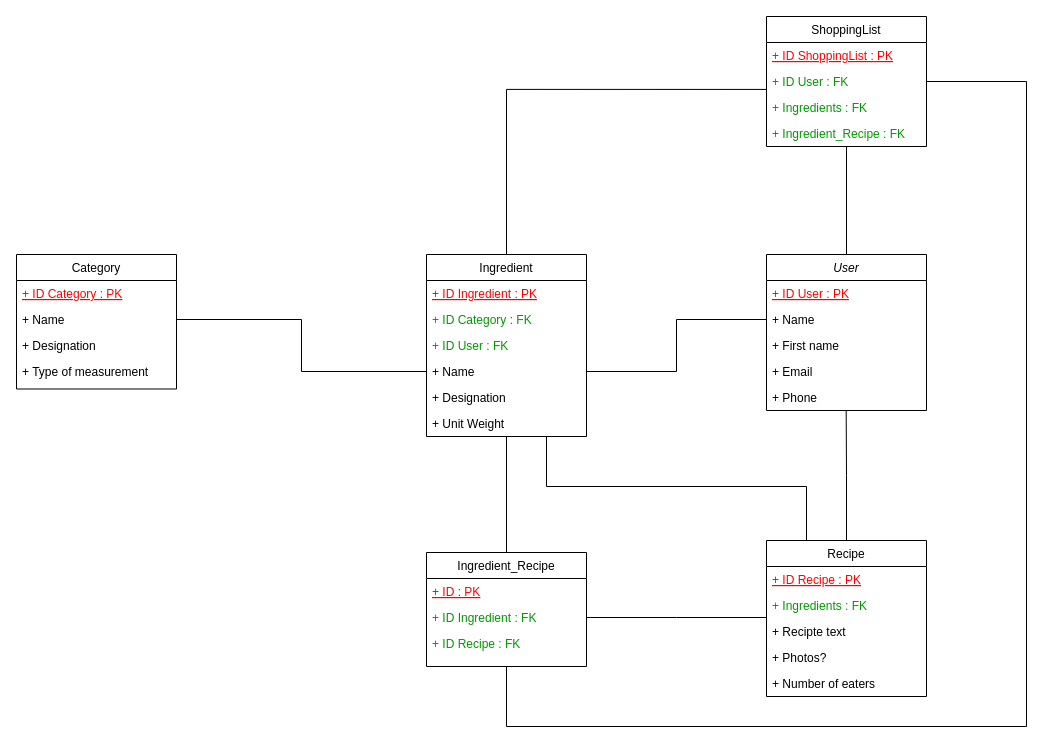
Above: corlis_MLD.drawio in xForainx/corlis (draw.io), before the change. Source tidied: cells renumbered, new cells numbered last; positions are measured from the earlier drawing's top-left corner, leaving out a move shared by most shapes. Both pictures are drawn from the tidied source at 100%, with x=0, y=0 at pixel (16, 16).
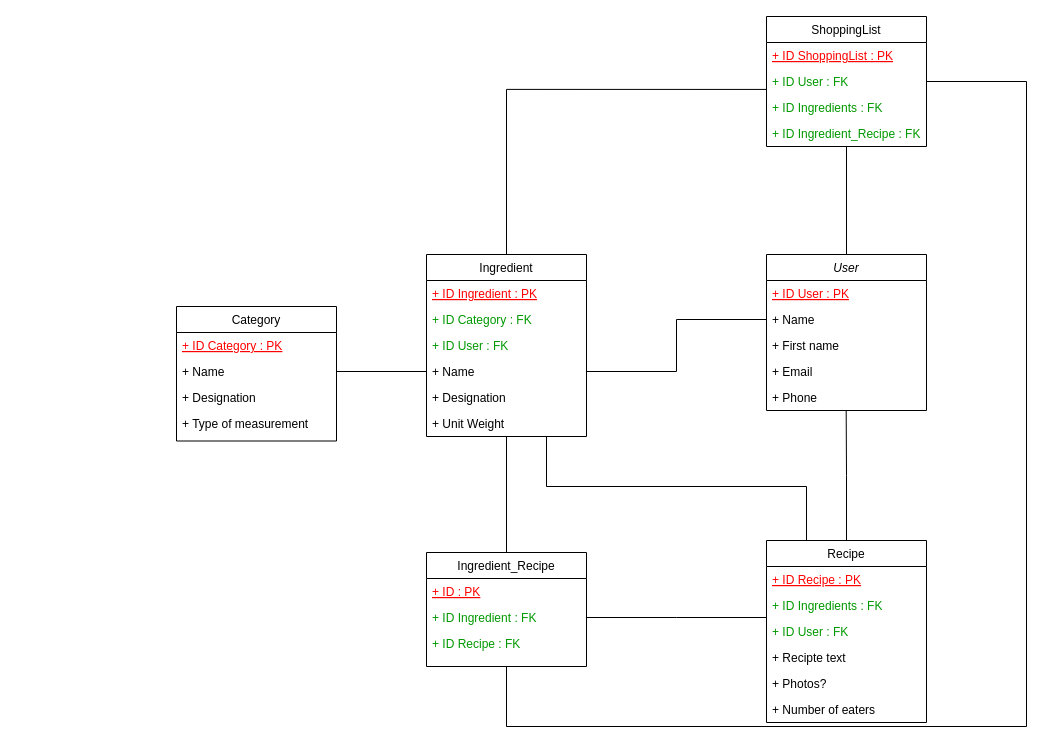
The same diagram, later.

Commit message:
Mettre à jour corlis_MLD.drawio

The change refers to these unchanged cells:
```xml
<mxCell id="31" value="ShoppingList" style="swimlane;fontStyle=0;align=center;verticalAlign=top;horizontal=1;startSize=26;rounded=0;shadow=0;strokeWidth=1;" parent="1" vertex="1">
  <mxGeometry x="750" width="160" height="130" as="geometry" />
</mxCell>
```

The edit, as a diff of the source:
```diff
@@
     <mxCell id="20" value="Recipe" style="swimlane;fontStyle=0;align=center;verticalAlign=top;horizontal=1;startSize=26;rounded=0;shadow=0;strokeWidth=1;" parent="1" vertex="1">
-      <mxGeometry x="750" y="524" width="160" height="156" as="geometry" />
+      <mxGeometry x="750" y="524" width="160" height="182" as="geometry" />
     </mxCell>
@@
-    <mxCell id="22" value="+ Ingredients : FK" style="text;align=left;verticalAlign=top;spacingLeft=4;spacingRight=4;overflow=hidden;fontColor=#009900;" parent="20" vertex="1">
+    <mxCell id="22" value="+ ID Ingredients : FK" style="text;align=left;verticalAlign=top;spacingLeft=4;spacingRight=4;overflow=hidden;fontColor=#009900;" parent="20" vertex="1">
       <mxGeometry y="52" width="160" height="26" as="geometry" />
     </mxCell>
+    <mxCell id="44" value="+ ID User : FK" style="text;align=left;verticalAlign=top;spacingLeft=4;spacingRight=4;overflow=hidden;fontColor=#009900;" parent="20" vertex="1">
+      <mxGeometry y="78" width="160" height="26" as="geometry" />
+    </mxCell>
     <mxCell id="23" value="+ Recipte text" style="text;align=left;verticalAlign=top;spacingLeft=4;spacingRight=4;overflow=hidden;" parent="20" vertex="1">
-      <mxGeometry y="78" width="160" height="26" as="geometry" />
+      <mxGeometry y="104" width="160" height="26" as="geometry" />
     </mxCell>
     <mxCell id="24" value="+ Photos?" style="text;align=left;verticalAlign=top;spacingLeft=4;spacingRight=4;overflow=hidden;" parent="20" vertex="1">
-      <mxGeometry y="104" width="160" height="26" as="geometry" />
+      <mxGeometry y="130" width="160" height="26" as="geometry" />
     </mxCell>
     <mxCell id="25" value="+ Number of eaters" style="text;align=left;verticalAlign=top;spacingLeft=4;spacingRight=4;overflow=hidden;" parent="20" vertex="1">
-      <mxGeometry y="130" width="160" height="26" as="geometry" />
+      <mxGeometry y="156" width="160" height="26" as="geometry" />
     </mxCell>
     <mxCell id="26" value="Category" style="swimlane;fontStyle=0;align=center;verticalAlign=top;horizontal=1;startSize=26;rounded=0;shadow=0;strokeWidth=1;" parent="1" vertex="1">
-      <mxGeometry y="238" width="160" height="134.5" as="geometry" />
+      <mxGeometry x="160" y="290" width="160" height="134.5" as="geometry" />
     </mxCell>
@@
-    <mxCell id="34" value="+ Ingredients : FK" style="text;align=left;verticalAlign=top;spacingLeft=4;spacingRight=4;overflow=hidden;points=[[0,0.5],[1,0.5]];portConstraint=eastwest;fontStyle=0;fontColor=#009900;" parent="31" vertex="1">
+    <mxCell id="34" value="+ ID Ingredients : FK" style="text;align=left;verticalAlign=top;spacingLeft=4;spacingRight=4;overflow=hidden;points=[[0,0.5],[1,0.5]];portConstraint=eastwest;fontStyle=0;fontColor=#009900;" parent="31" vertex="1">
       <mxGeometry y="78" width="160" height="26" as="geometry" />
     </mxCell>
-    <mxCell id="35" value="+ Ingredient_Recipe : FK" style="text;align=left;verticalAlign=top;spacingLeft=4;spacingRight=4;overflow=hidden;points=[[0,0.5],[1,0.5]];portConstraint=eastwest;fontStyle=0;fontColor=#009900;" parent="31" vertex="1">
+    <mxCell id="35" value="+ ID Ingredient_Recipe : FK" style="text;align=left;verticalAlign=top;spacingLeft=4;spacingRight=4;overflow=hidden;points=[[0,0.5],[1,0.5]];portConstraint=eastwest;fontStyle=0;fontColor=#009900;" parent="31" vertex="1">
       <mxGeometry y="104" width="160" height="26" as="geometry" />
     </mxCell>
```
